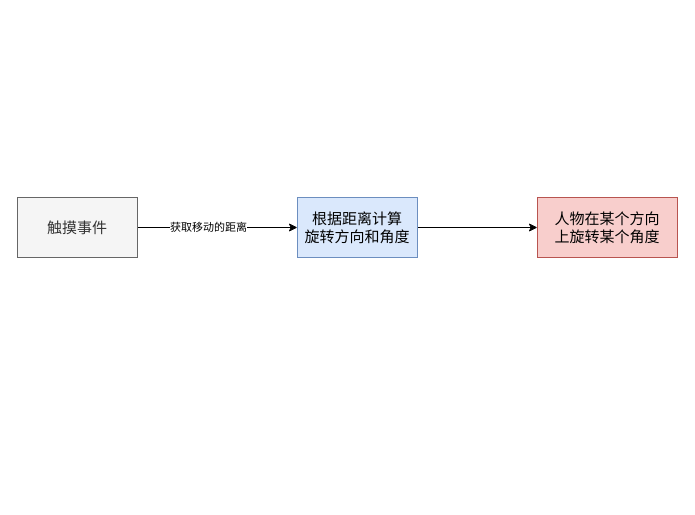
SkylarShuang/learnSM keeps this draw.io diagram as rotate.drawio. Above is the earlier version. Source tidied: cells renumbered, new cells numbered last; positions are measured from the earlier drawing's top-left corner, leaving out a move shared by most shapes. Both pictures are drawn from the tidied source at 100%, with x=0, y=0 at pixel (17, 197).
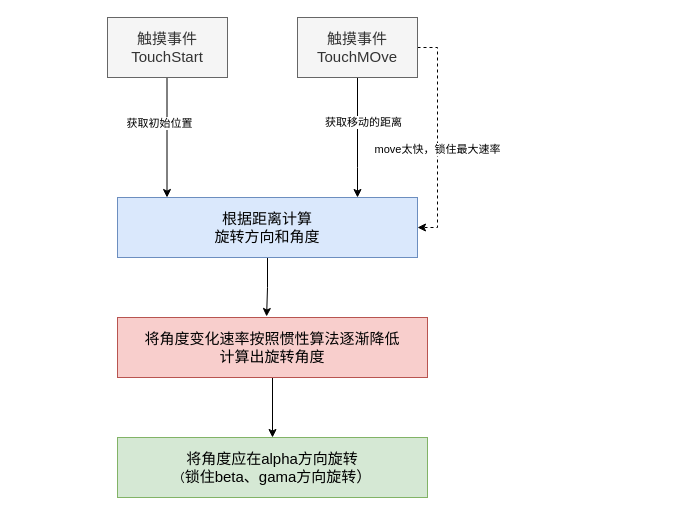
The same page after the edit.

Change to the diagram source:
```diff
@@
     <mxCell id="2" style="edgeStyle=orthogonalEdgeStyle;rounded=0;jettySize=auto;html=1;" parent="1" edge="1" source="4" target="6">
-      <mxGeometry relative="1" as="geometry" />
+      <mxGeometry relative="1" as="geometry">
+        <Array as="points">
+          <mxPoint x="340" y="-30" />
+          <mxPoint x="340" y="-30" />
+        </Array>
+      </mxGeometry>
     </mxCell>
@@
+    <mxCell id="8" style="edgeStyle=orthogonalEdgeStyle;rounded=0;jettySize=auto;html=1;entryX=1;entryY=0.5;entryDx=0;entryDy=0;dashed=1;" parent="1" edge="1" source="4" target="6">
+      <mxGeometry relative="1" as="geometry">
+        <Array as="points">
+          <mxPoint x="420" y="-150" />
+          <mxPoint x="420" y="30" />
+        </Array>
+      </mxGeometry>
+    </mxCell>
+    <mxCell id="9" value="move太快，锁住最大速率" style="edgeLabel;html=1;align=center;verticalAlign=middle;" parent="8" vertex="1">
+      <mxGeometry x="-0.05" y="-1" relative="1" as="geometry">
+        <mxPoint y="16" as="offset" />
+      </mxGeometry>
+    </mxCell>
-    <mxCell id="4" value="&lt;font style=&quot;font-size: 15px;&quot;&gt;触摸事件&lt;/font&gt;" style="rounded=0;whiteSpace=wrap;html=1;fillColor=#f5f5f5;fontColor=#333333;strokeColor=#666666;" parent="1" vertex="1">
-      <mxGeometry width="120" height="60" as="geometry" />
+    <mxCell id="4" value="&lt;font style=&quot;font-size: 15px;&quot;&gt;触摸事件&lt;br&gt;TouchMOve&lt;br&gt;&lt;/font&gt;" style="rounded=0;whiteSpace=wrap;html=1;fillColor=#f5f5f5;fontColor=#333333;strokeColor=#666666;" parent="1" vertex="1">
+      <mxGeometry x="280" y="-180" width="120" height="60" as="geometry" />
     </mxCell>
-    <mxCell id="5" style="edgeStyle=orthogonalEdgeStyle;rounded=0;jettySize=auto;html=1;entryX=0;entryY=0.5;entryDx=0;entryDy=0;" parent="1" edge="1" source="6" target="7">
+    <mxCell id="5" style="edgeStyle=orthogonalEdgeStyle;rounded=0;jettySize=auto;html=1;entryX=0.481;entryY=-0.017;entryDx=0;entryDy=0;entryPerimeter=0;" parent="1" edge="1" source="6" target="7">
       <mxGeometry relative="1" as="geometry" />
     </mxCell>
     <mxCell id="6" value="&lt;font style=&quot;font-size: 15px;&quot;&gt;根据距离计算&lt;br&gt;旋转方向和角度&lt;/font&gt;" style="rounded=0;whiteSpace=wrap;html=1;fillColor=#dae8fc;strokeColor=#6c8ebf;" parent="1" vertex="1">
-      <mxGeometry x="280" width="120" height="60" as="geometry" />
+      <mxGeometry x="100" width="300" height="60" as="geometry" />
     </mxCell>
+    <mxCell id="10" style="edgeStyle=orthogonalEdgeStyle;rounded=0;jettySize=auto;html=1;entryX=0.5;entryY=0;entryDx=0;entryDy=0;" parent="1" edge="1" source="7" target="14">
+      <mxGeometry relative="1" as="geometry" />
+    </mxCell>
-    <mxCell id="7" value="&lt;font style=&quot;font-size: 15px;&quot;&gt;人物在某个方向&lt;br&gt;上旋转某个角度&lt;/font&gt;" style="rounded=0;whiteSpace=wrap;html=1;fillColor=#f8cecc;strokeColor=#b85450;" parent="1" vertex="1">
-      <mxGeometry x="520" width="140" height="60" as="geometry" />
+    <mxCell id="7" value="&lt;span style=&quot;font-size: 15px;&quot;&gt;将角度变化速率按照惯性算法逐渐降低&lt;br&gt;计算出旋转角度&lt;br&gt;&lt;/span&gt;" style="rounded=0;whiteSpace=wrap;html=1;fillColor=#f8cecc;strokeColor=#b85450;" parent="1" vertex="1">
+      <mxGeometry x="100" y="120" width="310" height="60" as="geometry" />
     </mxCell>
+    <mxCell id="11" style="edgeStyle=orthogonalEdgeStyle;rounded=0;orthogonalLoop=1;jettySize=auto;html=1;" parent="1" edge="1">
+      <mxGeometry relative="1" as="geometry">
+        <mxPoint x="149.5" y="-120" as="sourcePoint" />
+        <mxPoint x="149.5" as="targetPoint" />
+      </mxGeometry>
+    </mxCell>
+    <mxCell id="12" value="获取初始位置" style="edgeLabel;html=1;align=center;verticalAlign=middle;" parent="11" vertex="1">
+      <mxGeometry x="-0.07" y="-2" relative="1" as="geometry">
+        <mxPoint x="-6" y="-11" as="offset" />
+      </mxGeometry>
+    </mxCell>
+    <mxCell id="13" value="&lt;font style=&quot;font-size: 15px;&quot;&gt;触摸事件&lt;br&gt;TouchStart&lt;br&gt;&lt;/font&gt;" style="rounded=0;whiteSpace=wrap;html=1;fillColor=#f5f5f5;fontColor=#333333;strokeColor=#666666;" parent="1" vertex="1">
+      <mxGeometry x="90" y="-180" width="120" height="60" as="geometry" />
+    </mxCell>
+    <mxCell id="14" value="&lt;font style=&quot;font-size: 15px;&quot;&gt;将角度应在alpha方向旋转&lt;br&gt;&lt;/font&gt;（&lt;span style=&quot;font-size: 15px;&quot;&gt;锁住beta、gama方向旋转&lt;/span&gt;&lt;span style=&quot;font-size: 15px;&quot;&gt;）&lt;br&gt;&lt;/span&gt;" style="rounded=0;whiteSpace=wrap;html=1;fillColor=#d5e8d4;strokeColor=#82b366;" parent="1" vertex="1">
+      <mxGeometry x="100" y="240" width="310" height="60" as="geometry" />
+    </mxCell>
```
